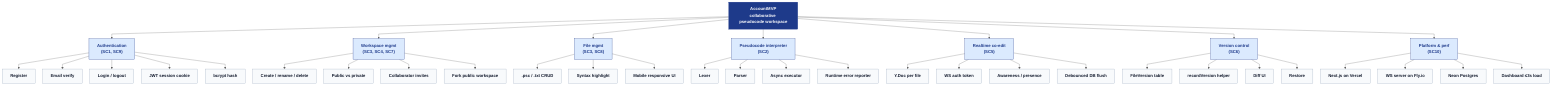
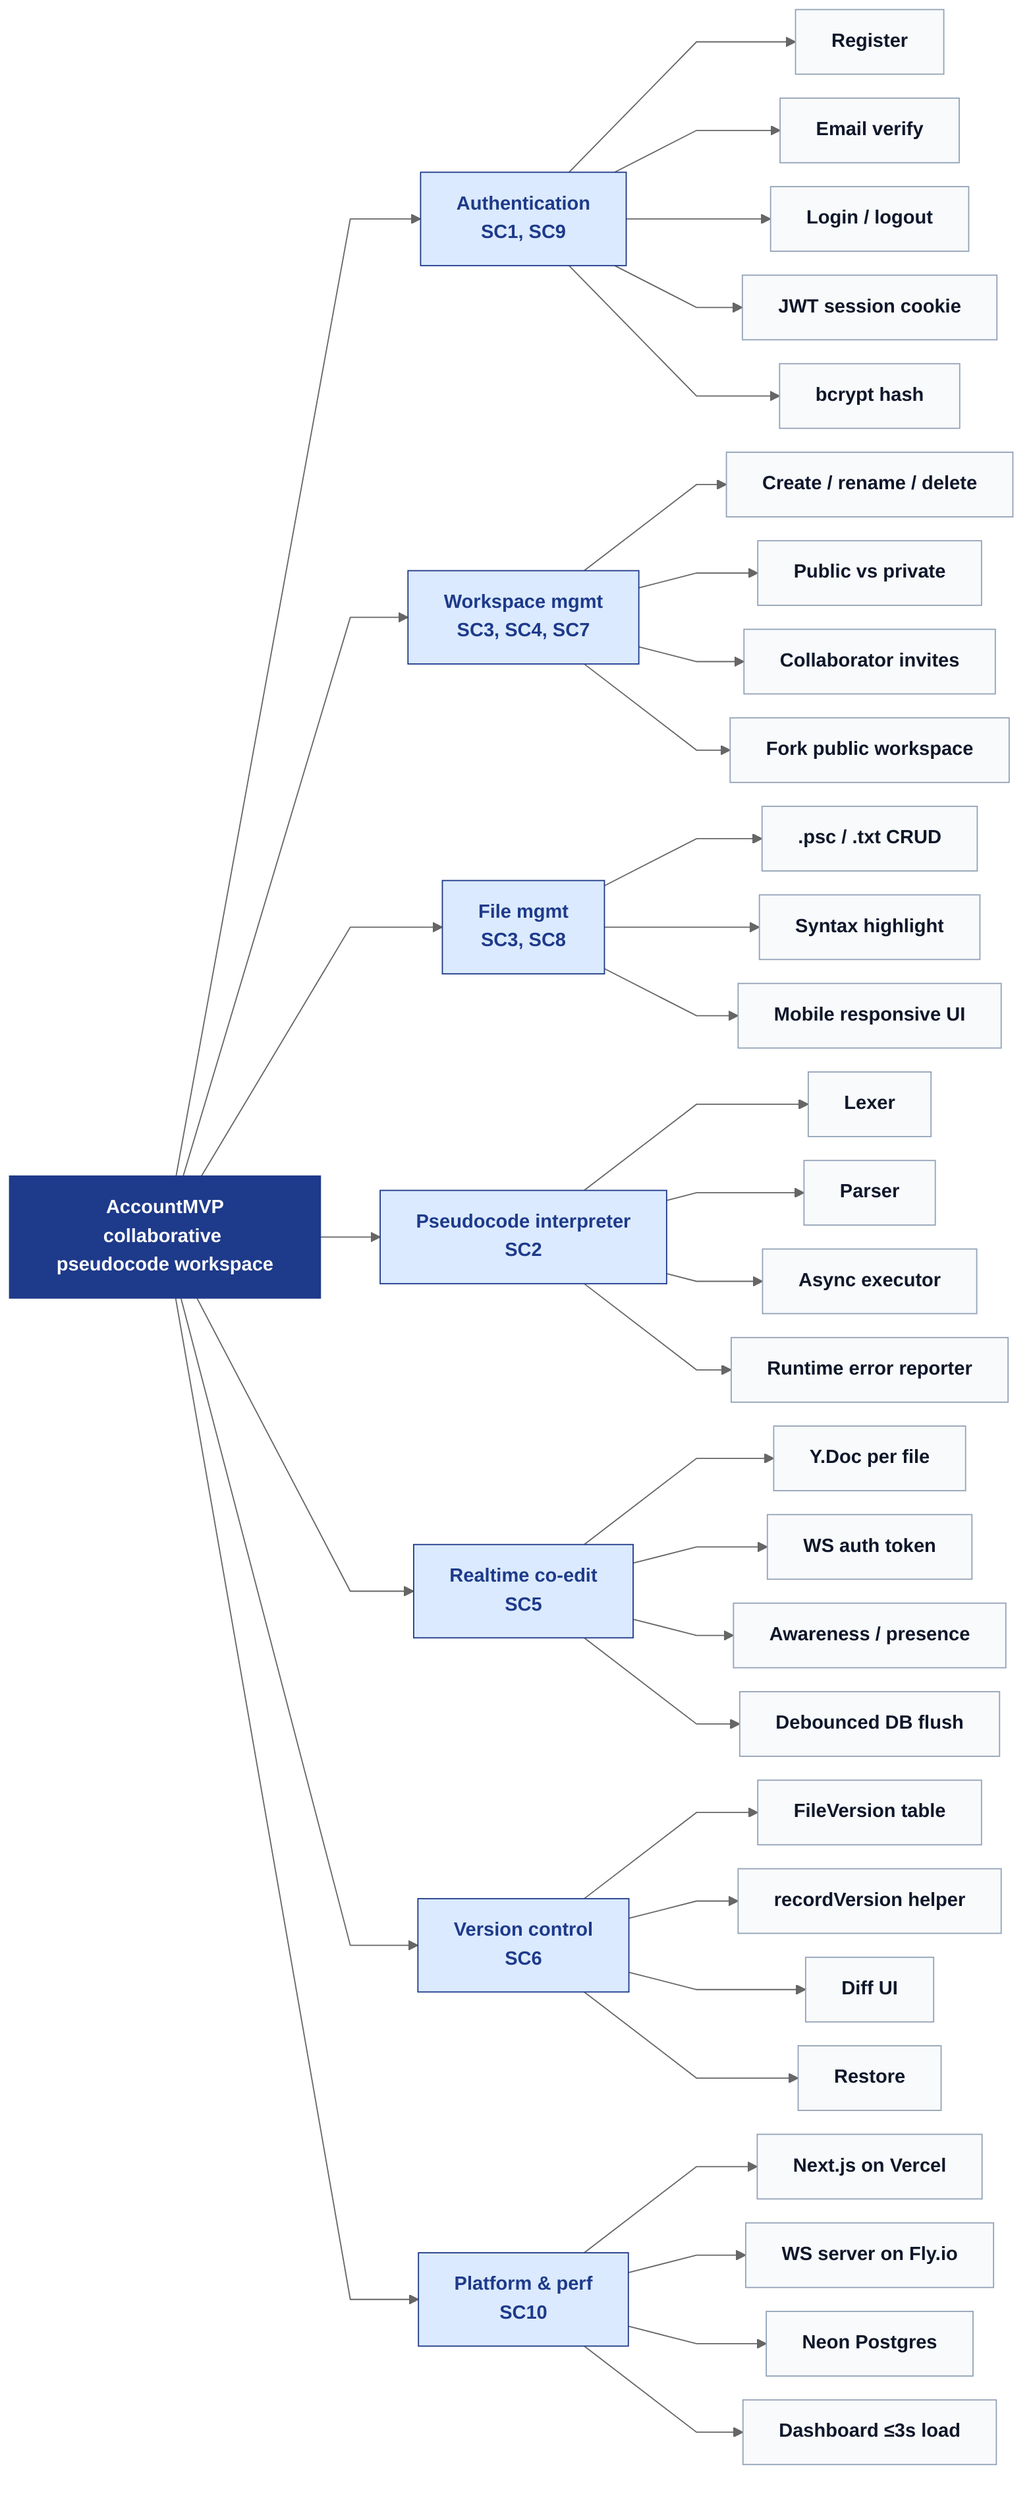
- %%{init: {'flowchart': {'nodeSpacing': 28, 'rankSpacing': 36, 'curve': 'linear'}, 'theme': 'neutral'}}%%
- graph TD
+ %%{init: {'flowchart': {'nodeSpacing': 20, 'rankSpacing': 50, 'curve': 'linear', 'htmlLabels': true}, 'theme': 'neutral'}}%%
+ graph LR
  ROOT["AccountMVP<br/>collaborative pseudocode workspace"]

-   ROOT --> AUTH["<b>Authentication</b><br/>(SC1, SC9)"]
-   ROOT --> WS["<b>Workspace mgmt</b><br/>(SC3, SC4, SC7)"]
-   ROOT --> FILES["<b>File mgmt</b><br/>(SC3, SC8)"]
-   ROOT --> INTERP["<b>Pseudocode interpreter</b><br/>(SC2)"]
-   ROOT --> RT["<b>Realtime co-edit</b><br/>(SC5)"]
-   ROOT --> VC["<b>Version control</b><br/>(SC6)"]
-   ROOT --> PLAT["<b>Platform &amp; perf</b><br/>(SC10)"]
+   ROOT --> AUTH["<b>Authentication</b><br/>SC1, SC9"]
+   ROOT --> WS["<b>Workspace mgmt</b><br/>SC3, SC4, SC7"]
+   ROOT --> FILES["<b>File mgmt</b><br/>SC3, SC8"]
+   ROOT --> INTERP["<b>Pseudocode interpreter</b><br/>SC2"]
+   ROOT --> RT["<b>Realtime co-edit</b><br/>SC5"]
+   ROOT --> VC["<b>Version control</b><br/>SC6"]
+   ROOT --> PLAT["<b>Platform &amp; perf</b><br/>SC10"]

  AUTH --> A1[Register]
  AUTH --> A2[Email verify]
  AUTH --> A3[Login / logout]
  AUTH --> A4[JWT session cookie]
  AUTH --> A5[bcrypt hash]

  WS --> W1[Create / rename / delete]
  WS --> W2[Public vs private]
  WS --> W3[Collaborator invites]
  WS --> W4[Fork public workspace]

  FILES --> F1[.psc / .txt CRUD]
  FILES --> F2[Syntax highlight]
  FILES --> F3[Mobile responsive UI]

  INTERP --> I1[Lexer]
  INTERP --> I2[Parser]
  INTERP --> I3[Async executor]
  INTERP --> I4[Runtime error reporter]

  RT --> R1[Y.Doc per file]
  RT --> R2[WS auth token]
  RT --> R3[Awareness / presence]
  RT --> R4[Debounced DB flush]

  VC --> V1[FileVersion table]
  VC --> V2[recordVersion helper]
  VC --> V3[Diff UI]
  VC --> V4[Restore]

  PLAT --> P1[Next.js on Vercel]
  PLAT --> P2[WS server on Fly.io]
  PLAT --> P3[Neon Postgres]
-   PLAT --> P4[Dashboard ≤3s load]
+   PLAT --> P4["Dashboard ≤3s load"]

  classDef root fill:#1e3a8a,color:#fff,stroke:#1e3a8a,font-weight:bold;
  classDef sub fill:#dbeafe,stroke:#1e3a8a,color:#1e3a8a;
  classDef leaf fill:#f8fafc,stroke:#94a3b8,color:#0f172a;
  class ROOT root;
  class AUTH,WS,FILES,INTERP,RT,VC,PLAT sub;
  class A1,A2,A3,A4,A5,W1,W2,W3,W4,F1,F2,F3,I1,I2,I3,I4,R1,R2,R3,R4,V1,V2,V3,V4,P1,P2,P3,P4 leaf;
